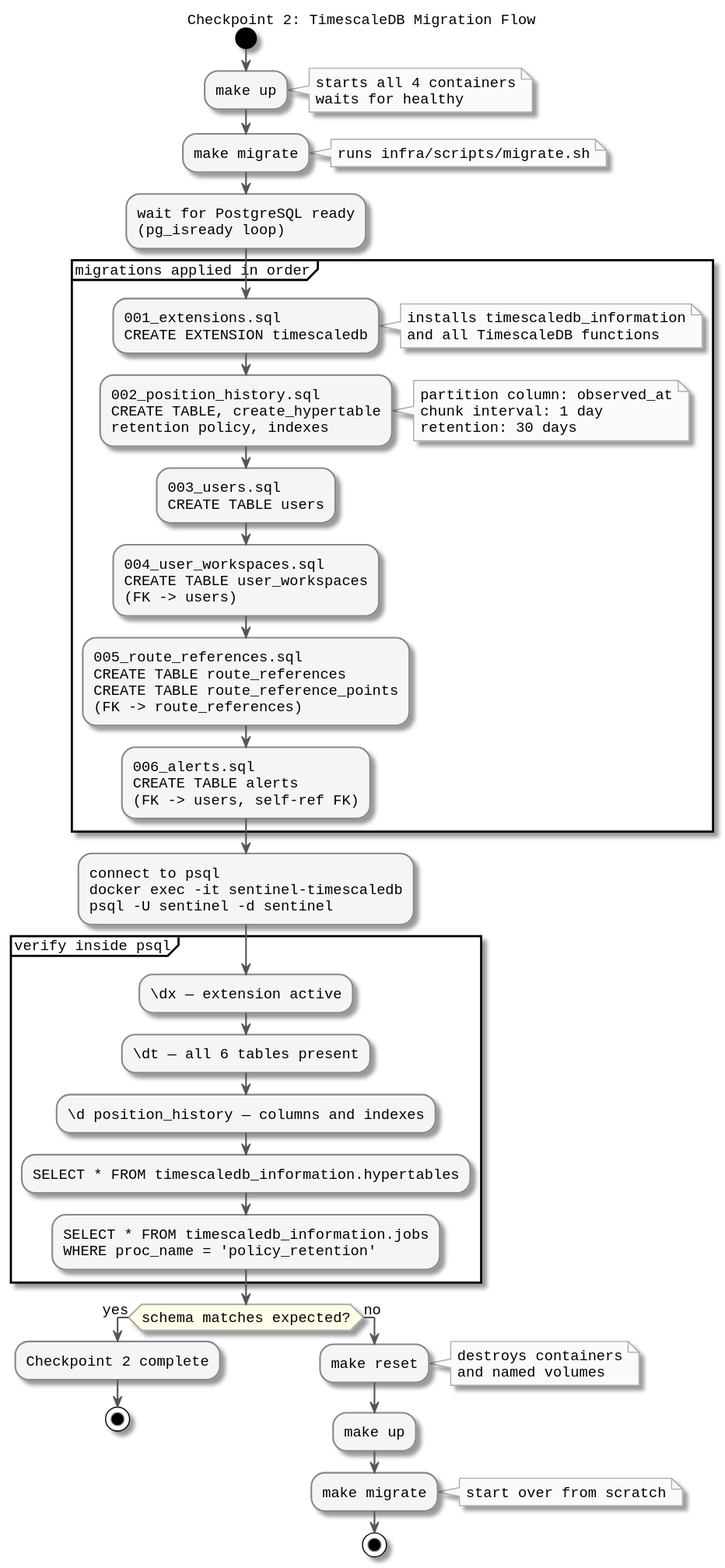
The PlantUML diagram diagrams/docs/implementation/phase-01-infrastructure/concepts/cp-02-migration-flow.svg in Buffden/sentinel, before a commit. Source of this version:
```plantuml
@startuml cp-02-migration-flow
title Checkpoint 2: TimescaleDB Migration Flow

skinparam linetype ortho
skinparam defaultFontName Monospaced
skinparam defaultFontSize 13
skinparam ArrowColor #555555
skinparam ActivityBackgroundColor #F5F5F5
skinparam ActivityBorderColor #888888
skinparam ActivityDiamondBackgroundColor #FFFDE7
skinparam ActivityDiamondBorderColor #AAAAAA
skinparam NoteBackgroundColor #FAFAFA
skinparam NoteBorderColor #AAAAAA

start

:make up;
note right: starts all 4 containers\nwaits for healthy

:make migrate;
note right: runs infra/scripts/migrate.sh

:wait for PostgreSQL ready\n(pg_isready loop);

partition "migrations applied in order" {
  :001_extensions.sql\nCREATE EXTENSION timescaledb;
  note right: installs timescaledb_information\nand all TimescaleDB functions

  :002_position_history.sql\nCREATE TABLE, create_hypertable\nretention policy, indexes;
  note right: partition column: observed_at\nchunk interval: 1 day\nretention: 30 days

  :003_users.sql\nCREATE TABLE users;

  :004_user_workspaces.sql\nCREATE TABLE user_workspaces\n(FK -> users);

  :005_route_references.sql\nCREATE TABLE route_references\nCREATE TABLE route_reference_points\n(FK -> route_references);

  :006_alerts.sql\nCREATE TABLE alerts\n(FK -> users, self-ref FK);
}

:connect to psql\ndocker exec -it sentinel-timescaledb\npsql -U sentinel -d sentinel;

partition "verify inside psql" {
  :\\dx — extension active;
  :\\dt — all 6 tables present;
  :\\d position_history — columns and indexes;
  :SELECT * FROM timescaledb_information.hypertables;
  :SELECT * FROM timescaledb_information.jobs\nWHERE proc_name = 'policy_retention';
}

if (schema matches expected?) then (yes)
  :Checkpoint 2 complete;
  stop
else (no)
  :make reset;
  note right: destroys containers\nand named volumes
  :make up;
  :make migrate;
  note right: start over from scratch
  stop
endif

@enduml
```
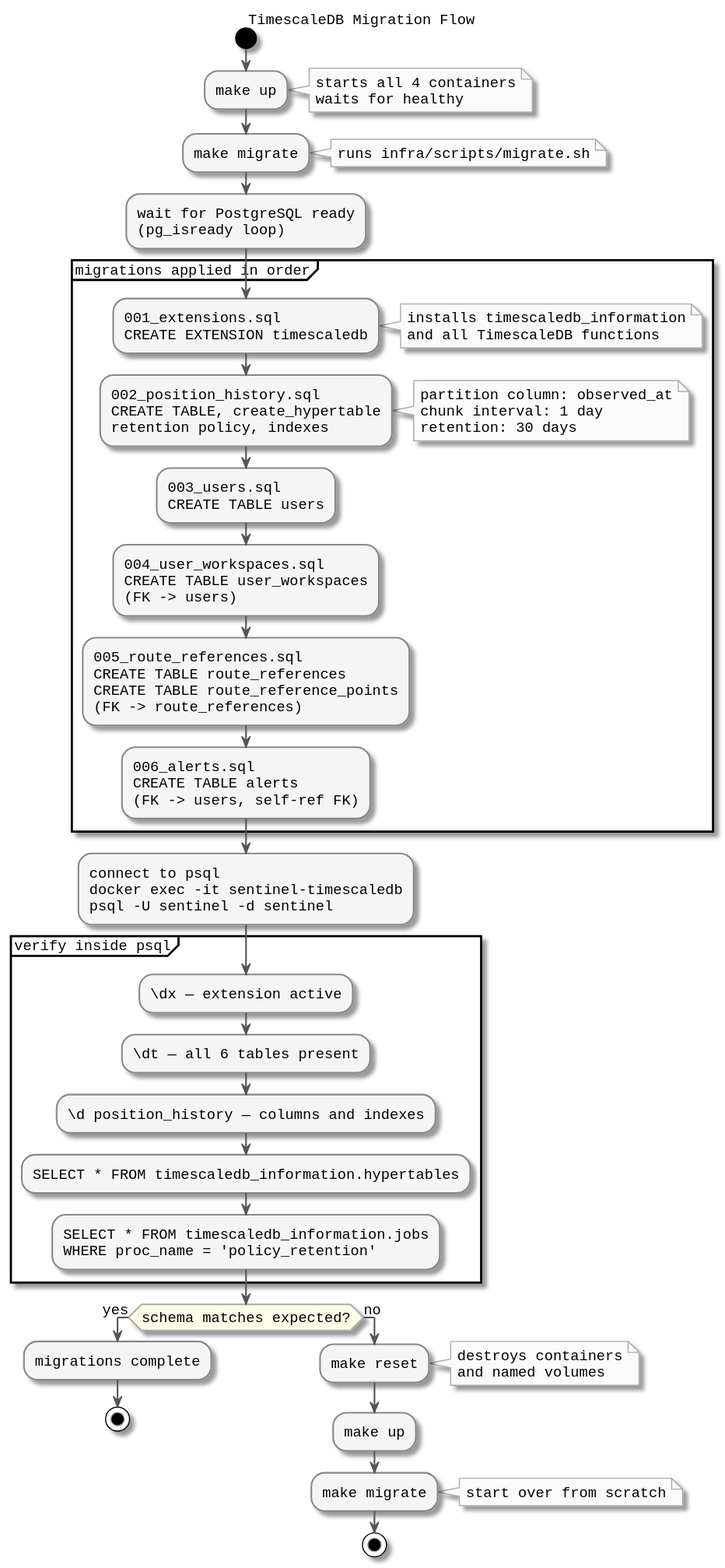
The same file after the commit.

What changed in the source:
```diff
@@ -1,5 +1,5 @@
 @startuml cp-02-migration-flow
-title Checkpoint 2: TimescaleDB Migration Flow
+title TimescaleDB Migration Flow
 
 skinparam linetype ortho
 skinparam defaultFontName Monospaced
@@ -49,7 +49,7 @@
 }
 
 if (schema matches expected?) then (yes)
-  :Checkpoint 2 complete;
+  :migrations complete;
   stop
 else (no)
   :make reset;
```
